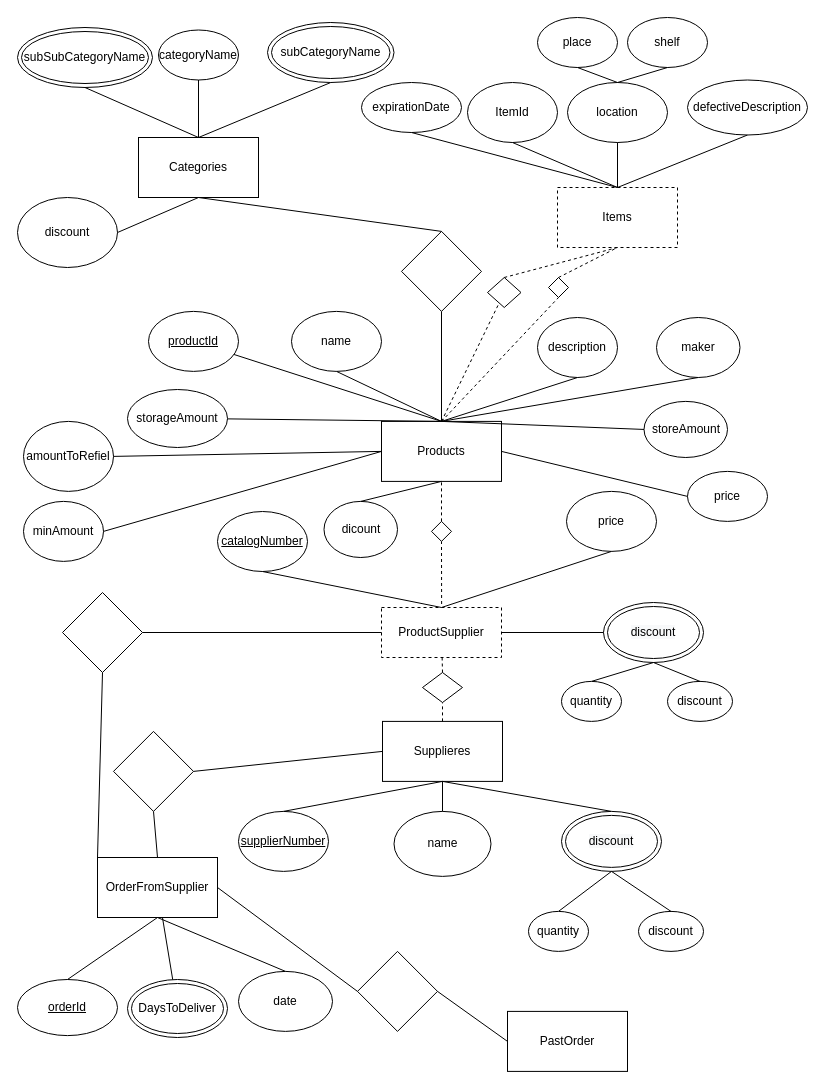
This is docs/erd.drawio from Naveavra/Market, a draw.io file, before an edit. Source tidied: cells renumbered, new cells numbered last; positions are measured from the earlier drawing's top-left corner, leaving out a move shared by most shapes. Both pictures are drawn from the tidied source at 100%, with x=0, y=0 at pixel (17, 17).
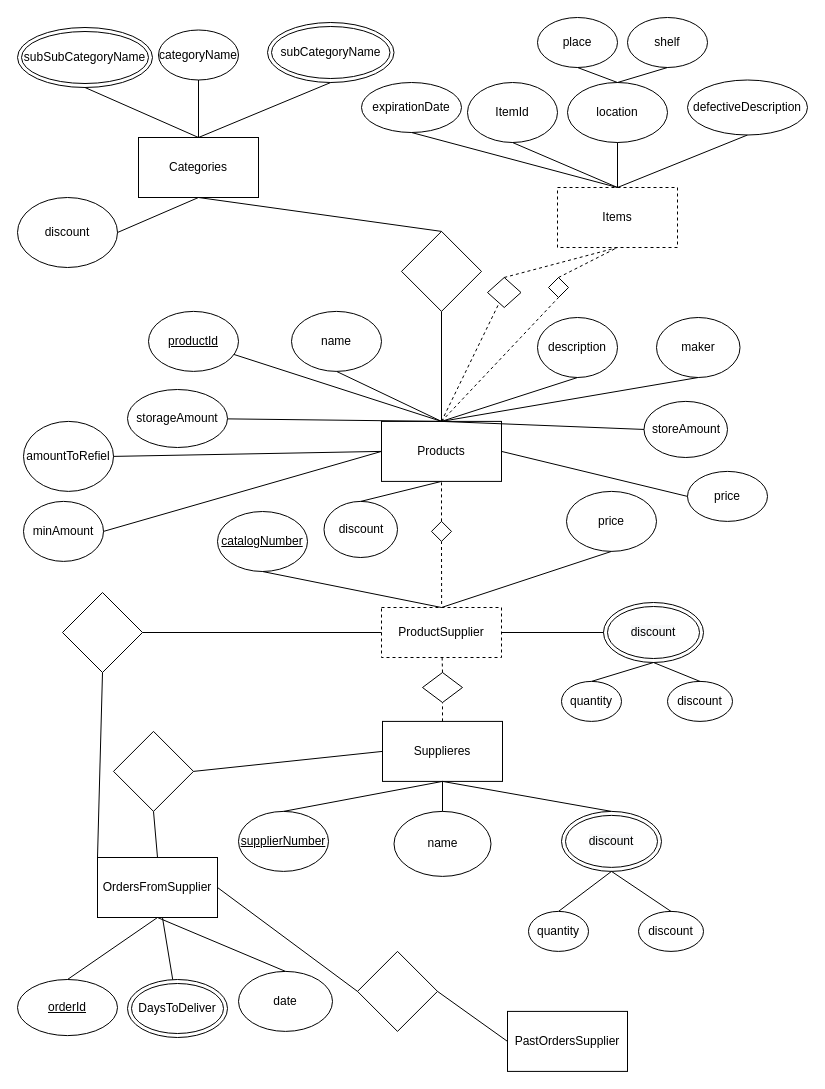
After the change.

Diff of the diagram source:
```diff
@@
-    <mxCell id="55" value="OrderFromSupplier" style="rounded=0;whiteSpace=wrap;html=1;" parent="1" vertex="1">
+    <mxCell id="55" value="OrdersFromSupplier" style="rounded=0;whiteSpace=wrap;html=1;" parent="1" vertex="1">
       <mxGeometry x="80" y="840" width="120" height="60" as="geometry" />
     </mxCell>
@@
-    <mxCell id="66" value="PastOrder" style="rounded=0;whiteSpace=wrap;html=1;" parent="1" vertex="1">
+    <mxCell id="66" value="PastOrdersSupplier" style="rounded=0;whiteSpace=wrap;html=1;" parent="1" vertex="1">
       <mxGeometry x="490" y="993.9" width="120" height="60" as="geometry" />
     </mxCell>
@@
-    <mxCell id="90" value="dicount" style="ellipse;whiteSpace=wrap;html=1;" parent="1" vertex="1">
+    <mxCell id="90" value="discount" style="ellipse;whiteSpace=wrap;html=1;" parent="1" vertex="1">
       <mxGeometry x="306.5" y="483.9" width="73.5" height="56.1" as="geometry" />
     </mxCell>
```
